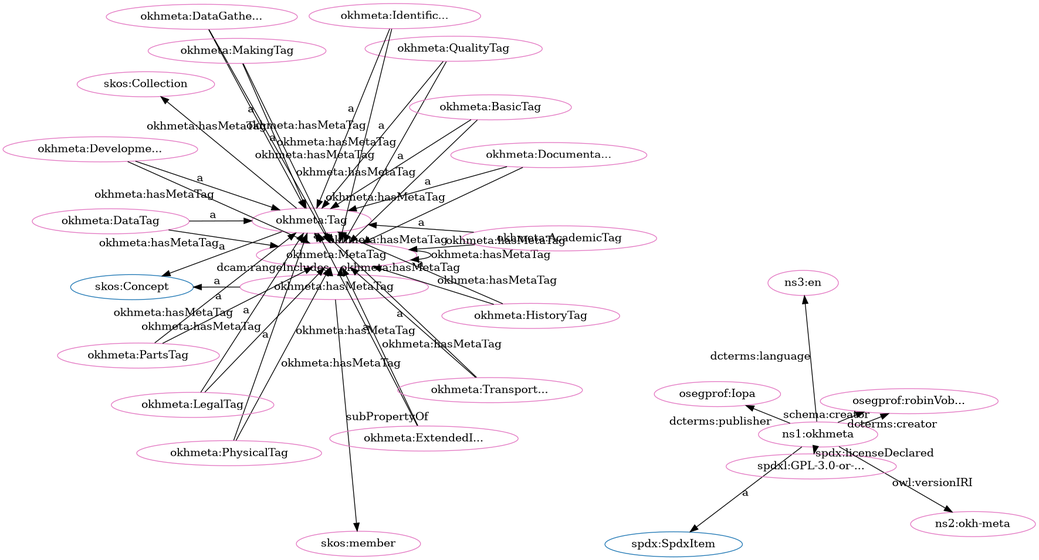
The Graphviz diagram src/spec/fdp_okh-meta-clean.png in iop-alliance/OpenKnowHow, before a commit. Its source is kept beside it as src/spec/fdp_okh-meta-clean.dot.
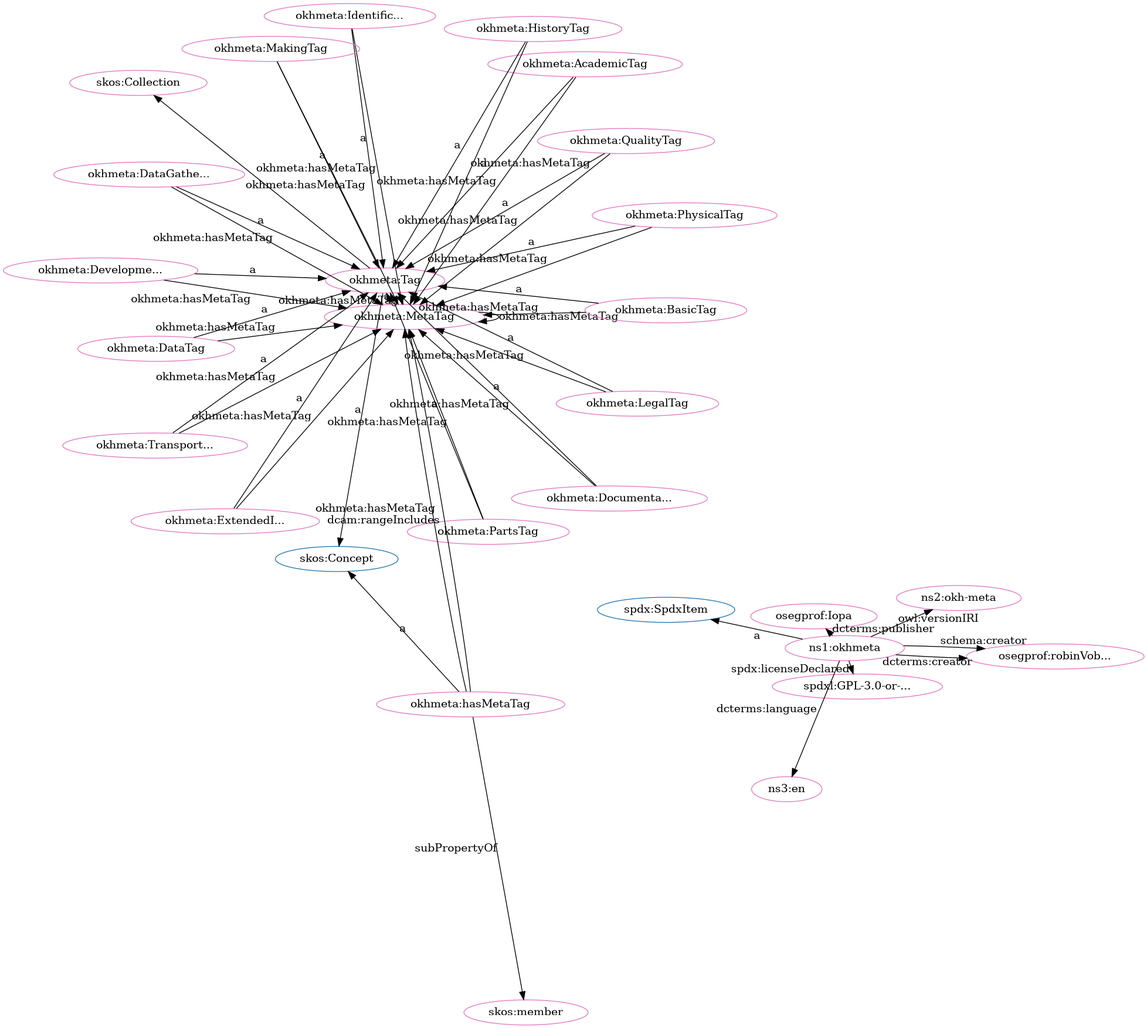
Later version of the same file.

The edit, as a diff of the source:
```diff
@@ -5,76 +5,76 @@
 "http://w3id.org/oseg/ont/okhmeta#Tag" [fillcolor="#1f77b4" color="#1f77b4" label="okhmeta:Tag"]
 "http://spdx.org/rdf/terms#SpdxItem" [fillcolor="#1f77b4" color="#1f77b4" label="spdx:SpdxItem"]
 "http://www.w3.org/2004/02/skos/core#Concept" [fillcolor="#1f77b4" color="#1f77b4" label="skos:Concept"]
+"http://w3id.org/oseg/ont/okhmeta#Tag" [fillcolor="#e377c2" color="#e377c2" label="okhmeta:Tag"]
+"http://w3id.org/oseg/ont/okhmeta#PhysicalTag" [fillcolor="#e377c2" color="#e377c2" label="okhmeta:PhysicalTag"]
+"http://w3id.org/oseg/ont/okhmeta#MetaTag" [fillcolor="#e377c2" color="#e377c2" label="okhmeta:MetaTag"]
+"http://w3id.org/oseg/ont/okhmeta#DataTag" [fillcolor="#e377c2" color="#e377c2" label="okhmeta:DataTag"]
+"http://w3id.org/oseg/ont/okhmeta#DevelopmentTag" [fillcolor="#e377c2" color="#e377c2" label="okhmeta:Developme..."]
+"http://w3id.org/oseg/ont/okhmeta#IdentificationTag" [fillcolor="#e377c2" color="#e377c2" label="okhmeta:Identific..."]
+"http://w3id.org/oseg/ont/okhmeta#TransportationTag" [fillcolor="#e377c2" color="#e377c2" label="okhmeta:Transport..."]
+"http://www.w3.org/2004/02/skos/core#Collection" [fillcolor="#e377c2" color="#e377c2" label="skos:Collection"]
+"http://www.w3.org/2004/02/skos/core#member" [fillcolor="#e377c2" color="#e377c2" label="skos:member"]
+"http://w3id.org/oseg/ont/okhmeta#PartsTag" [fillcolor="#e377c2" color="#e377c2" label="okhmeta:PartsTag"]
+"http://spdx.org/licenses/GPL-3.0-or-later" [fillcolor="#e377c2" color="#e377c2" label="spdxl:GPL-3.0-or-..."]
+"http://w3id.org/oseg/ont/okhmeta#hasMetaTag" [fillcolor="#e377c2" color="#e377c2" label="okhmeta:hasMetaTag"]
+"http://w3id.org/oseg/ont/okhmeta#QualityTag" [fillcolor="#e377c2" color="#e377c2" label="okhmeta:QualityTag"]
+"http://w3id.org/oseg/ont/okhmeta#AcademicTag" [fillcolor="#e377c2" color="#e377c2" label="okhmeta:AcademicTag"]
 "http://w3id.org/oseg/ont/okhmeta" [fillcolor="#e377c2" color="#e377c2" label="ns1:okhmeta"]
-"http://w3id.org/oseg/ont/okhmeta#QualityTag" [fillcolor="#e377c2" color="#e377c2" label="okhmeta:QualityTag"]
-"http://w3id.org/oseg/ont/okhmeta#MetaTag" [fillcolor="#e377c2" color="#e377c2" label="okhmeta:MetaTag"]
-"http://w3id.org/oseg/ont/okhmeta#hasMetaTag" [fillcolor="#e377c2" color="#e377c2" label="okhmeta:hasMetaTag"]
-"http://www.w3.org/2004/02/skos/core#member" [fillcolor="#e377c2" color="#e377c2" label="skos:member"]
+"http://w3id.org/oseg/ont/okhmeta#DocumentationTag" [fillcolor="#e377c2" color="#e377c2" label="okhmeta:Documenta..."]
+"http://w3id.org/oseg/ont/oseg-profiles#Iopa" [fillcolor="#e377c2" color="#e377c2" label="osegprof:Iopa"]
+"http://w3id.org/oseg/ont/okhmeta#HistoryTag" [fillcolor="#e377c2" color="#e377c2" label="okhmeta:HistoryTag"]
+"http://w3id.org/oseg/ont/okhmeta#LegalTag" [fillcolor="#e377c2" color="#e377c2" label="okhmeta:LegalTag"]
+"http://w3id.org/oseg/ont/okhmeta#DataGatheringTag" [fillcolor="#e377c2" color="#e377c2" label="okhmeta:DataGathe..."]
+"http://w3id.org/oseg/ont/oseg-profiles#robinVobruba" [fillcolor="#e377c2" color="#e377c2" label="osegprof:robinVob..."]
+"http://w3id.org/oseg/ont/okhmeta#BasicTag" [fillcolor="#e377c2" color="#e377c2" label="okhmeta:BasicTag"]
+"http://w3id.org/oseg/ont/okhmeta#MakingTag" [fillcolor="#e377c2" color="#e377c2" label="okhmeta:MakingTag"]
 "http://w3id.org/oseg/ont/okhmeta#ExtendedInfoTag" [fillcolor="#e377c2" color="#e377c2" label="okhmeta:ExtendedI..."]
-"http://w3id.org/oseg/ont/okhmeta#TransportationTag" [fillcolor="#e377c2" color="#e377c2" label="okhmeta:Transport..."]
-"http://w3id.org/oseg/ont/okhmeta#PartsTag" [fillcolor="#e377c2" color="#e377c2" label="okhmeta:PartsTag"]
 "http://w3id.org/oseg/ont/1.1.0/okh-meta" [fillcolor="#e377c2" color="#e377c2" label="ns2:okh-meta"]
-"http://w3id.org/oseg/ont/okhmeta#HistoryTag" [fillcolor="#e377c2" color="#e377c2" label="okhmeta:HistoryTag"]
-"http://w3id.org/oseg/ont/oseg-profiles#Iopa" [fillcolor="#e377c2" color="#e377c2" label="osegprof:Iopa"]
-"http://w3id.org/oseg/ont/okhmeta#DevelopmentTag" [fillcolor="#e377c2" color="#e377c2" label="okhmeta:Developme..."]
-"http://w3id.org/oseg/ont/oseg-profiles#robinVobruba" [fillcolor="#e377c2" color="#e377c2" label="osegprof:robinVob..."]
-"http://w3id.org/oseg/ont/okhmeta#IdentificationTag" [fillcolor="#e377c2" color="#e377c2" label="okhmeta:Identific..."]
-"http://w3id.org/oseg/ont/okhmeta#Tag" [fillcolor="#e377c2" color="#e377c2" label="okhmeta:Tag"]
-"http://w3id.org/oseg/ont/okhmeta#DataGatheringTag" [fillcolor="#e377c2" color="#e377c2" label="okhmeta:DataGathe..."]
-"http://w3id.org/oseg/ont/okhmeta#DocumentationTag" [fillcolor="#e377c2" color="#e377c2" label="okhmeta:Documenta..."]
-"http://w3id.org/oseg/ont/okhmeta#BasicTag" [fillcolor="#e377c2" color="#e377c2" label="okhmeta:BasicTag"]
-"http://www.w3.org/2004/02/skos/core#Collection" [fillcolor="#e377c2" color="#e377c2" label="skos:Collection"]
-"http://w3id.org/oseg/ont/okhmeta#DataTag" [fillcolor="#e377c2" color="#e377c2" label="okhmeta:DataTag"]
-"http://w3id.org/oseg/ont/okhmeta#AcademicTag" [fillcolor="#e377c2" color="#e377c2" label="okhmeta:AcademicTag"]
-"http://w3id.org/oseg/ont/okhmeta#PhysicalTag" [fillcolor="#e377c2" color="#e377c2" label="okhmeta:PhysicalTag"]
-"http://w3id.org/oseg/ont/okhmeta#MakingTag" [fillcolor="#e377c2" color="#e377c2" label="okhmeta:MakingTag"]
-"http://w3id.org/oseg/ont/okhmeta#LegalTag" [fillcolor="#e377c2" color="#e377c2" label="okhmeta:LegalTag"]
 "http://id.loc.gov/vocabulary/iso639-1/en" [fillcolor="#e377c2" color="#e377c2" label="ns3:en"]
-"http://spdx.org/licenses/GPL-3.0-or-later" [fillcolor="#e377c2" color="#e377c2" label="spdxl:GPL-3.0-or-..."]
+  "http://w3id.org/oseg/ont/okhmeta#PhysicalTag" -> "http://w3id.org/oseg/ont/okhmeta#Tag" [label="a"]
+  "http://w3id.org/oseg/ont/okhmeta#DataTag" -> "http://w3id.org/oseg/ont/okhmeta#MetaTag" [label="okhmeta:hasMetaTag"]
+  "http://w3id.org/oseg/ont/okhmeta#DevelopmentTag" -> "http://w3id.org/oseg/ont/okhmeta#Tag" [label="a"]
+  "http://w3id.org/oseg/ont/okhmeta#IdentificationTag" -> "http://w3id.org/oseg/ont/okhmeta#MetaTag" [label="okhmeta:hasMetaTag"]
+  "http://w3id.org/oseg/ont/okhmeta#hasMetaTag" -> "http://www.w3.org/2004/02/skos/core#member" [label="subPropertyOf"]
+  "http://w3id.org/oseg/ont/okhmeta#DataGatheringTag" -> "http://w3id.org/oseg/ont/okhmeta#MetaTag" [label="okhmeta:hasMetaTag"]
+  "http://w3id.org/oseg/ont/okhmeta#QualityTag" -> "http://w3id.org/oseg/ont/okhmeta#MetaTag" [label="okhmeta:hasMetaTag"]
+  "http://w3id.org/oseg/ont/okhmeta#Tag" -> "http://w3id.org/oseg/ont/okhmeta#MetaTag" [label="okhmeta:hasMetaTag"]
+  "http://w3id.org/oseg/ont/okhmeta#AcademicTag" -> "http://w3id.org/oseg/ont/okhmeta#Tag" [label="a"]
+  "http://w3id.org/oseg/ont/okhmeta#BasicTag" -> "http://w3id.org/oseg/ont/okhmeta#MetaTag" [label="okhmeta:hasMetaTag"]
+  "http://w3id.org/oseg/ont/okhmeta#DocumentationTag" -> "http://w3id.org/oseg/ont/okhmeta#MetaTag" [label="okhmeta:hasMetaTag"]
+  "http://w3id.org/oseg/ont/okhmeta#MakingTag" -> "http://w3id.org/oseg/ont/okhmeta#MetaTag" [label="okhmeta:hasMetaTag"]
   "http://w3id.org/oseg/ont/okhmeta" -> "http://spdx.org/rdf/terms#SpdxItem" [label="a"]
+  "http://w3id.org/oseg/ont/okhmeta#DataGatheringTag" -> "http://w3id.org/oseg/ont/okhmeta#Tag" [label="a"]
+  "http://w3id.org/oseg/ont/okhmeta" -> "http://w3id.org/oseg/ont/oseg-profiles#robinVobruba" [label="schema:creator"]
+  "http://w3id.org/oseg/ont/okhmeta#PartsTag" -> "http://w3id.org/oseg/ont/okhmeta#MetaTag" [label="okhmeta:hasMetaTag"]
+  "http://w3id.org/oseg/ont/okhmeta#hasMetaTag" -> "http://www.w3.org/2004/02/skos/core#Concept" [label="a"]
+  "http://w3id.org/oseg/ont/okhmeta#BasicTag" -> "http://w3id.org/oseg/ont/okhmeta#Tag" [label="a"]
+  "http://w3id.org/oseg/ont/okhmeta#MakingTag" -> "http://w3id.org/oseg/ont/okhmeta#Tag" [label="a"]
+  "http://w3id.org/oseg/ont/okhmeta" -> "http://w3id.org/oseg/ont/1.1.0/okh-meta" [label="owl:versionIRI"]
+  "http://w3id.org/oseg/ont/okhmeta#hasMetaTag" -> "http://w3id.org/oseg/ont/okhmeta#MetaTag" [label="okhmeta:hasMetaTag"]
+  "http://w3id.org/oseg/ont/okhmeta#HistoryTag" -> "http://w3id.org/oseg/ont/okhmeta#MetaTag" [label="okhmeta:hasMetaTag"]
+  "http://w3id.org/oseg/ont/okhmeta#Tag" -> "http://www.w3.org/2004/02/skos/core#Concept" [label="a"]
+  "http://w3id.org/oseg/ont/okhmeta#PhysicalTag" -> "http://w3id.org/oseg/ont/okhmeta#MetaTag" [label="okhmeta:hasMetaTag"]
+  "http://w3id.org/oseg/ont/okhmeta#DataTag" -> "http://w3id.org/oseg/ont/okhmeta#Tag" [label="a"]
+  "http://w3id.org/oseg/ont/okhmeta#IdentificationTag" -> "http://w3id.org/oseg/ont/okhmeta#Tag" [label="a"]
+  "http://w3id.org/oseg/ont/okhmeta#TransportationTag" -> "http://w3id.org/oseg/ont/okhmeta#Tag" [label="a"]
+  "http://w3id.org/oseg/ont/okhmeta#Tag" -> "http://www.w3.org/2004/02/skos/core#Collection" [label=""]
+  "http://w3id.org/oseg/ont/okhmeta#PartsTag" -> "http://w3id.org/oseg/ont/okhmeta#Tag" [label="a"]
+  "http://w3id.org/oseg/ont/okhmeta" -> "http://spdx.org/licenses/GPL-3.0-or-later" [label="spdx:licenseDeclared"]
   "http://w3id.org/oseg/ont/okhmeta#QualityTag" -> "http://w3id.org/oseg/ont/okhmeta#Tag" [label="a"]
-  "http://w3id.org/oseg/ont/okhmeta#QualityTag" -> "http://w3id.org/oseg/ont/okhmeta#MetaTag" [label="okhmeta:hasMetaTag"]
-  "http://w3id.org/oseg/ont/okhmeta" -> "http://spdx.org/licenses/GPL-3.0-or-later" [label="spdx:licenseDeclared"]
-  "http://w3id.org/oseg/ont/okhmeta#hasMetaTag" -> "http://www.w3.org/2004/02/skos/core#member" [label="subPropertyOf"]
   "http://w3id.org/oseg/ont/okhmeta#hasMetaTag" -> "http://w3id.org/oseg/ont/okhmeta#MetaTag" [label="dcam:rangeIncludes"]
+  "http://w3id.org/oseg/ont/okhmeta#DocumentationTag" -> "http://w3id.org/oseg/ont/okhmeta#Tag" [label="a"]
+  "http://w3id.org/oseg/ont/okhmeta#HistoryTag" -> "http://w3id.org/oseg/ont/okhmeta#Tag" [label="a"]
+  "http://w3id.org/oseg/ont/okhmeta#LegalTag" -> "http://w3id.org/oseg/ont/okhmeta#Tag" [label="a"]
+  "http://w3id.org/oseg/ont/okhmeta#ExtendedInfoTag" -> "http://w3id.org/oseg/ont/okhmeta#MetaTag" [label="okhmeta:hasMetaTag"]
+  "http://w3id.org/oseg/ont/okhmeta#MetaTag" -> "http://w3id.org/oseg/ont/okhmeta#MetaTag" [label="okhmeta:hasMetaTag"]
+  "http://w3id.org/oseg/ont/okhmeta#LegalTag" -> "http://w3id.org/oseg/ont/okhmeta#MetaTag" [label="okhmeta:hasMetaTag"]
+  "http://w3id.org/oseg/ont/okhmeta" -> "http://w3id.org/oseg/ont/oseg-profiles#robinVobruba" [label="dcterms:creator"]
+  "http://w3id.org/oseg/ont/okhmeta#TransportationTag" -> "http://w3id.org/oseg/ont/okhmeta#MetaTag" [label="okhmeta:hasMetaTag"]
+  "http://w3id.org/oseg/ont/okhmeta#DevelopmentTag" -> "http://w3id.org/oseg/ont/okhmeta#MetaTag" [label="okhmeta:hasMetaTag"]
+  "http://w3id.org/oseg/ont/okhmeta#AcademicTag" -> "http://w3id.org/oseg/ont/okhmeta#MetaTag" [label="okhmeta:hasMetaTag"]
   "http://w3id.org/oseg/ont/okhmeta#ExtendedInfoTag" -> "http://w3id.org/oseg/ont/okhmeta#Tag" [label="a"]
-  "http://w3id.org/oseg/ont/okhmeta#TransportationTag" -> "http://w3id.org/oseg/ont/okhmeta#Tag" [label="a"]
-  "http://w3id.org/oseg/ont/okhmeta#ExtendedInfoTag" -> "http://w3id.org/oseg/ont/okhmeta#MetaTag" [label="okhmeta:hasMetaTag"]
-  "http://w3id.org/oseg/ont/okhmeta#TransportationTag" -> "http://w3id.org/oseg/ont/okhmeta#MetaTag" [label="okhmeta:hasMetaTag"]
-  "http://w3id.org/oseg/ont/okhmeta#HistoryTag" -> "http://w3id.org/oseg/ont/okhmeta#Tag" [label="a"]
+  "http://w3id.org/oseg/ont/okhmeta#MetaTag" -> "http://w3id.org/oseg/ont/okhmeta#Tag" [label="a"]
+  "http://w3id.org/oseg/ont/okhmeta" -> "http://id.loc.gov/vocabulary/iso639-1/en" [label="dcterms:language"]
   "http://w3id.org/oseg/ont/okhmeta" -> "http://w3id.org/oseg/ont/oseg-profiles#Iopa" [label="dcterms:publisher"]
-  "http://w3id.org/oseg/ont/okhmeta" -> "http://w3id.org/oseg/ont/oseg-profiles#robinVobruba" [label="dcterms:creator"]
-  "http://w3id.org/oseg/ont/okhmeta#IdentificationTag" -> "http://w3id.org/oseg/ont/okhmeta#Tag" [label="a"]
-  "http://w3id.org/oseg/ont/okhmeta#hasMetaTag" -> "http://w3id.org/oseg/ont/okhmeta#MetaTag" [label="okhmeta:hasMetaTag"]
-  "http://w3id.org/oseg/ont/okhmeta#IdentificationTag" -> "http://w3id.org/oseg/ont/okhmeta#MetaTag" [label="okhmeta:hasMetaTag"]
-  "http://w3id.org/oseg/ont/okhmeta#DocumentationTag" -> "http://w3id.org/oseg/ont/okhmeta#Tag" [label="a"]
-  "http://w3id.org/oseg/ont/okhmeta#AcademicTag" -> "http://w3id.org/oseg/ont/okhmeta#Tag" [label="a"]
-  "http://w3id.org/oseg/ont/okhmeta#PhysicalTag" -> "http://w3id.org/oseg/ont/okhmeta#MetaTag" [label="okhmeta:hasMetaTag"]
-  "http://w3id.org/oseg/ont/okhmeta#AcademicTag" -> "http://w3id.org/oseg/ont/okhmeta#MetaTag" [label="okhmeta:hasMetaTag"]
-  "http://w3id.org/oseg/ont/okhmeta#PhysicalTag" -> "http://w3id.org/oseg/ont/okhmeta#Tag" [label="a"]
-  "http://w3id.org/oseg/ont/okhmeta#MakingTag" -> "http://w3id.org/oseg/ont/okhmeta#Tag" [label="a"]
-  "http://w3id.org/oseg/ont/okhmeta#MakingTag" -> "http://w3id.org/oseg/ont/okhmeta#MetaTag" [label="okhmeta:hasMetaTag"]
-  "http://w3id.org/oseg/ont/okhmeta#MetaTag" -> "http://w3id.org/oseg/ont/okhmeta#Tag" [label="a"]
-  "http://w3id.org/oseg/ont/okhmeta#MetaTag" -> "http://w3id.org/oseg/ont/okhmeta#MetaTag" [label="okhmeta:hasMetaTag"]
-  "http://w3id.org/oseg/ont/okhmeta" -> "http://id.loc.gov/vocabulary/iso639-1/en" [label="dcterms:language"]
-  "http://w3id.org/oseg/ont/okhmeta#DocumentationTag" -> "http://w3id.org/oseg/ont/okhmeta#MetaTag" [label="okhmeta:hasMetaTag"]
-  "http://w3id.org/oseg/ont/okhmeta" -> "http://w3id.org/oseg/ont/oseg-profiles#robinVobruba" [label="schema:creator"]
-  "http://w3id.org/oseg/ont/okhmeta#DataTag" -> "http://w3id.org/oseg/ont/okhmeta#MetaTag" [label="okhmeta:hasMetaTag"]
-  "http://w3id.org/oseg/ont/okhmeta#Tag" -> "http://w3id.org/oseg/ont/okhmeta#MetaTag" [label="okhmeta:hasMetaTag"]
-  "http://w3id.org/oseg/ont/okhmeta#PartsTag" -> "http://w3id.org/oseg/ont/okhmeta#Tag" [label="a"]
-  "http://w3id.org/oseg/ont/okhmeta#PartsTag" -> "http://w3id.org/oseg/ont/okhmeta#MetaTag" [label="okhmeta:hasMetaTag"]
-  "http://w3id.org/oseg/ont/okhmeta" -> "http://w3id.org/oseg/ont/1.1.0/okh-meta" [label="owl:versionIRI"]
-  "http://w3id.org/oseg/ont/okhmeta#hasMetaTag" -> "http://www.w3.org/2004/02/skos/core#Concept" [label="a"]
-  "http://w3id.org/oseg/ont/okhmeta#DevelopmentTag" -> "http://w3id.org/oseg/ont/okhmeta#Tag" [label="a"]
-  "http://w3id.org/oseg/ont/okhmeta#DevelopmentTag" -> "http://w3id.org/oseg/ont/okhmeta#MetaTag" [label="okhmeta:hasMetaTag"]
-  "http://w3id.org/oseg/ont/okhmeta#Tag" -> "http://www.w3.org/2004/02/skos/core#Concept" [label="a"]
-  "http://w3id.org/oseg/ont/okhmeta#DataGatheringTag" -> "http://w3id.org/oseg/ont/okhmeta#Tag" [label="a"]
-  "http://w3id.org/oseg/ont/okhmeta#DataGatheringTag" -> "http://w3id.org/oseg/ont/okhmeta#MetaTag" [label="okhmeta:hasMetaTag"]
-  "http://w3id.org/oseg/ont/okhmeta#BasicTag" -> "http://w3id.org/oseg/ont/okhmeta#Tag" [label="a"]
-  "http://w3id.org/oseg/ont/okhmeta#Tag" -> "http://www.w3.org/2004/02/skos/core#Collection" [label=""]
-  "http://w3id.org/oseg/ont/okhmeta#DataTag" -> "http://w3id.org/oseg/ont/okhmeta#Tag" [label="a"]
-  "http://w3id.org/oseg/ont/okhmeta#BasicTag" -> "http://w3id.org/oseg/ont/okhmeta#MetaTag" [label="okhmeta:hasMetaTag"]
-  "http://w3id.org/oseg/ont/okhmeta#HistoryTag" -> "http://w3id.org/oseg/ont/okhmeta#MetaTag" [label="okhmeta:hasMetaTag"]
-  "http://w3id.org/oseg/ont/okhmeta#LegalTag" -> "http://w3id.org/oseg/ont/okhmeta#Tag" [label="a"]
-  "http://w3id.org/oseg/ont/okhmeta#LegalTag" -> "http://w3id.org/oseg/ont/okhmeta#MetaTag" [label="okhmeta:hasMetaTag"]
 }
```
